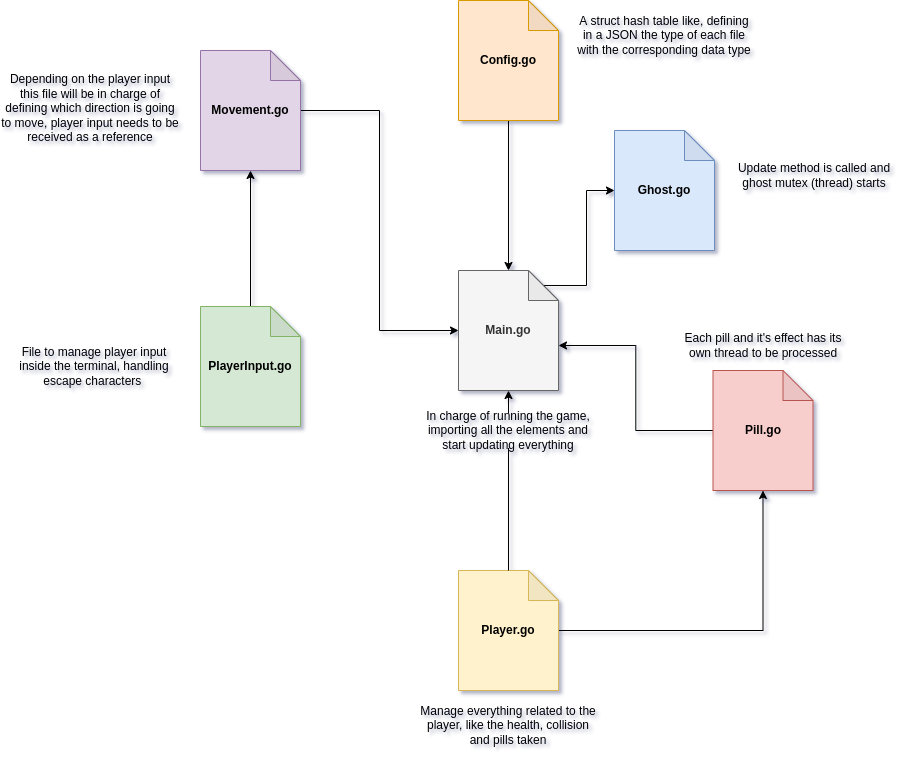
S4ND1X/PacmanGo keeps this draw.io diagram as images/architecture.png. Above is the earlier version. Source tidied: cells renumbered, new cells last; positions are measured from the earlier drawing's top-left corner, leaving out a move shared by most shapes. The source it was exported from:
```xml
<mxGraphModel>
  <root>
    <mxCell id="0" />
    <mxCell id="1" parent="0" />
    <mxCell id="2" style="edgeStyle=orthogonalEdgeStyle;rounded=0;jettySize=auto;html=1;exitX=0;exitY=0;exitDx=85;exitDy=15;exitPerimeter=0;entryX=0;entryY=0.5;entryDx=0;entryDy=0;entryPerimeter=0;" parent="1" edge="1" source="3" target="4">
      <mxGeometry relative="1" as="geometry" />
    </mxCell>
    <mxCell id="3" value="&lt;b&gt;Main.go&lt;/b&gt;" style="shape=note;whiteSpace=wrap;html=1;backgroundOutline=1;darkOpacity=0.05;fillColor=#f5f5f5;fontColor=#333333;strokeColor=#666666;" parent="1" vertex="1">
      <mxGeometry x="458" y="270" width="100" height="120" as="geometry" />
    </mxCell>
    <mxCell id="4" value="&lt;b&gt;Ghost.go&lt;/b&gt;" style="shape=note;whiteSpace=wrap;html=1;backgroundOutline=1;darkOpacity=0.05;fillColor=#dae8fc;strokeColor=#6c8ebf;" parent="1" vertex="1">
      <mxGeometry x="614" y="130" width="100" height="120" as="geometry" />
    </mxCell>
    <mxCell id="5" value="Update method is called and ghost mutex (thread) starts" style="text;html=1;strokeColor=none;fillColor=none;align=center;verticalAlign=middle;whiteSpace=wrap;rounded=0;" parent="1" vertex="1">
      <mxGeometry x="724" y="160" width="180" height="30" as="geometry" />
    </mxCell>
    <mxCell id="6" style="edgeStyle=orthogonalEdgeStyle;rounded=0;jettySize=auto;html=1;entryX=0;entryY=0;entryDx=100;entryDy=75;entryPerimeter=0;" parent="1" edge="1" source="7" target="3">
      <mxGeometry relative="1" as="geometry" />
    </mxCell>
    <mxCell id="7" value="&lt;b&gt;Pill.go&lt;/b&gt;" style="shape=note;whiteSpace=wrap;html=1;backgroundOutline=1;darkOpacity=0.05;fillColor=#f8cecc;strokeColor=#b85450;" parent="1" vertex="1">
      <mxGeometry x="712.5" y="370" width="100" height="120" as="geometry" />
    </mxCell>
    <mxCell id="8" value="Each pill and it's effect has its own thread to be processed" style="text;html=1;strokeColor=none;fillColor=none;align=center;verticalAlign=middle;whiteSpace=wrap;rounded=0;" parent="1" vertex="1">
      <mxGeometry x="672.5" y="330" width="180" height="30" as="geometry" />
    </mxCell>
    <mxCell id="9" style="edgeStyle=orthogonalEdgeStyle;rounded=0;jettySize=auto;html=1;entryX=0.5;entryY=1;entryDx=0;entryDy=0;entryPerimeter=0;" parent="1" edge="1" source="10" target="20">
      <mxGeometry relative="1" as="geometry" />
    </mxCell>
    <mxCell id="10" value="&lt;b&gt;PlayerInput.go&lt;/b&gt;" style="shape=note;whiteSpace=wrap;html=1;backgroundOutline=1;darkOpacity=0.05;fillColor=#d5e8d4;strokeColor=#82b366;" parent="1" vertex="1">
      <mxGeometry x="200" y="306" width="100" height="120" as="geometry" />
    </mxCell>
    <mxCell id="11" value="File to manage player input inside the terminal, handling escape characters&amp;nbsp;" style="text;html=1;strokeColor=none;fillColor=none;align=center;verticalAlign=middle;whiteSpace=wrap;rounded=0;" parent="1" vertex="1">
      <mxGeometry x="4" y="351" width="180" height="30" as="geometry" />
    </mxCell>
    <mxCell id="12" style="edgeStyle=orthogonalEdgeStyle;rounded=0;jettySize=auto;html=1;entryX=0.5;entryY=1;entryDx=0;entryDy=0;entryPerimeter=0;startArrow=none;" parent="1" edge="1" source="22" target="3">
      <mxGeometry relative="1" as="geometry" />
    </mxCell>
    <mxCell id="13" style="edgeStyle=orthogonalEdgeStyle;rounded=0;jettySize=auto;html=1;entryX=0.5;entryY=1;entryDx=0;entryDy=0;entryPerimeter=0;" parent="1" edge="1" source="14" target="7">
      <mxGeometry relative="1" as="geometry" />
    </mxCell>
    <mxCell id="14" value="&lt;b&gt;Player.go&lt;/b&gt;" style="shape=note;whiteSpace=wrap;html=1;backgroundOutline=1;darkOpacity=0.05;fillColor=#fff2cc;strokeColor=#d6b656;" parent="1" vertex="1">
      <mxGeometry x="458" y="570" width="100" height="120" as="geometry" />
    </mxCell>
    <mxCell id="15" value="Manage everything related to the player, like the health, collision and pills taken" style="text;html=1;strokeColor=none;fillColor=none;align=center;verticalAlign=middle;whiteSpace=wrap;rounded=0;" parent="1" vertex="1">
      <mxGeometry x="418" y="710" width="180" height="30" as="geometry" />
    </mxCell>
    <mxCell id="16" style="edgeStyle=orthogonalEdgeStyle;rounded=0;jettySize=auto;html=1;" parent="1" edge="1" source="17" target="3">
      <mxGeometry relative="1" as="geometry" />
    </mxCell>
    <mxCell id="17" value="&lt;b&gt;Config.go&lt;/b&gt;" style="shape=note;whiteSpace=wrap;html=1;backgroundOutline=1;darkOpacity=0.05;fillColor=#ffe6cc;strokeColor=#d79b00;" parent="1" vertex="1">
      <mxGeometry x="458" width="100" height="120" as="geometry" />
    </mxCell>
    <mxCell id="18" value="A struct hash table like, defining in a JSON the type of each file with the corresponding data type" style="text;html=1;strokeColor=none;fillColor=none;align=center;verticalAlign=middle;whiteSpace=wrap;rounded=0;" parent="1" vertex="1">
      <mxGeometry x="574" y="20" width="180" height="30" as="geometry" />
    </mxCell>
    <mxCell id="19" style="edgeStyle=orthogonalEdgeStyle;rounded=0;jettySize=auto;html=1;entryX=0;entryY=0.5;entryDx=0;entryDy=0;entryPerimeter=0;" parent="1" edge="1" source="20" target="3">
      <mxGeometry relative="1" as="geometry" />
    </mxCell>
    <mxCell id="20" value="&lt;b&gt;Movement.go&lt;/b&gt;" style="shape=note;whiteSpace=wrap;html=1;backgroundOutline=1;darkOpacity=0.05;fillColor=#e1d5e7;strokeColor=#9673a6;" parent="1" vertex="1">
      <mxGeometry x="200" y="50" width="100" height="120" as="geometry" />
    </mxCell>
    <mxCell id="21" value="Depending on the player input this file will be in charge of defining which direction is going to move, player input needs to be received as a reference&lt;br&gt;&amp;nbsp;" style="text;html=1;strokeColor=none;fillColor=none;align=center;verticalAlign=middle;whiteSpace=wrap;rounded=0;" parent="1" vertex="1">
      <mxGeometry y="100" width="180" height="30" as="geometry" />
    </mxCell>
    <mxCell id="22" value="In charge of running the game, importing all the elements and start updating everything" style="text;html=1;strokeColor=none;fillColor=none;align=center;verticalAlign=middle;whiteSpace=wrap;rounded=0;" parent="1" vertex="1">
      <mxGeometry x="418" y="412.5" width="180" height="35" as="geometry" />
    </mxCell>
    <mxCell id="23" style="edgeStyle=orthogonalEdgeStyle;rounded=0;jettySize=auto;html=1;entryX=0.5;entryY=1;entryDx=0;entryDy=0;entryPerimeter=0;endArrow=none;" parent="1" edge="1" source="14" target="22">
      <mxGeometry relative="1" as="geometry" />
    </mxCell>
  </root>
</mxGraphModel>
```
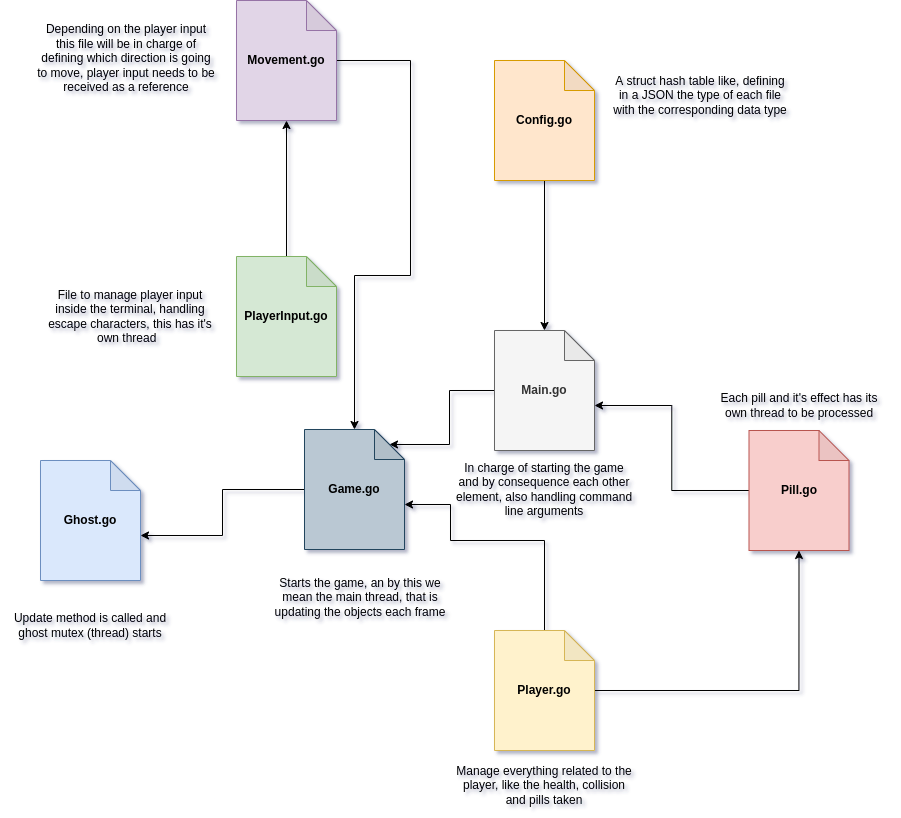
Later version of the same file.

Change to the diagram source:
```diff
@@ -2,17 +2,17 @@
   <root>
     <mxCell id="0" />
     <mxCell id="1" parent="0" />
-    <mxCell id="2" style="edgeStyle=orthogonalEdgeStyle;rounded=0;jettySize=auto;html=1;exitX=0;exitY=0;exitDx=85;exitDy=15;exitPerimeter=0;entryX=0;entryY=0.5;entryDx=0;entryDy=0;entryPerimeter=0;" parent="1" edge="1" source="3" target="4">
-      <mxGeometry relative="1" as="geometry" />
-    </mxCell>
+    <mxCell id="24" style="edgeStyle=orthogonalEdgeStyle;rounded=0;jettySize=auto;html=1;entryX=0;entryY=0;entryDx=85;entryDy=15;entryPerimeter=0;" parent="1" edge="1" source="3" target="27">
+      <mxGeometry relative="1" as="geometry" />
+    </mxCell>
     <mxCell id="3" value="&lt;b&gt;Main.go&lt;/b&gt;" style="shape=note;whiteSpace=wrap;html=1;backgroundOutline=1;darkOpacity=0.05;fillColor=#f5f5f5;fontColor=#333333;strokeColor=#666666;" parent="1" vertex="1">
       <mxGeometry x="458" y="270" width="100" height="120" as="geometry" />
     </mxCell>
     <mxCell id="4" value="&lt;b&gt;Ghost.go&lt;/b&gt;" style="shape=note;whiteSpace=wrap;html=1;backgroundOutline=1;darkOpacity=0.05;fillColor=#dae8fc;strokeColor=#6c8ebf;" parent="1" vertex="1">
-      <mxGeometry x="614" y="130" width="100" height="120" as="geometry" />
+      <mxGeometry x="4" y="400" width="100" height="120" as="geometry" />
     </mxCell>
     <mxCell id="5" value="Update method is called and ghost mutex (thread) starts" style="text;html=1;strokeColor=none;fillColor=none;align=center;verticalAlign=middle;whiteSpace=wrap;rounded=0;" parent="1" vertex="1">
-      <mxGeometry x="724" y="160" width="180" height="30" as="geometry" />
+      <mxGeometry x="-36" y="550" width="180" height="30" as="geometry" />
     </mxCell>
     <mxCell id="6" style="edgeStyle=orthogonalEdgeStyle;rounded=0;jettySize=auto;html=1;entryX=0;entryY=0;entryDx=100;entryDy=75;entryPerimeter=0;" parent="1" edge="1" source="7" target="3">
       <mxGeometry relative="1" as="geometry" />
@@ -27,17 +27,23 @@
       <mxGeometry relative="1" as="geometry" />
     </mxCell>
     <mxCell id="10" value="&lt;b&gt;PlayerInput.go&lt;/b&gt;" style="shape=note;whiteSpace=wrap;html=1;backgroundOutline=1;darkOpacity=0.05;fillColor=#d5e8d4;strokeColor=#82b366;" parent="1" vertex="1">
-      <mxGeometry x="200" y="306" width="100" height="120" as="geometry" />
+      <mxGeometry x="200" y="196" width="100" height="120" as="geometry" />
     </mxCell>
-    <mxCell id="11" value="File to manage player input inside the terminal, handling escape characters&amp;nbsp;" style="text;html=1;strokeColor=none;fillColor=none;align=center;verticalAlign=middle;whiteSpace=wrap;rounded=0;" parent="1" vertex="1">
-      <mxGeometry x="4" y="351" width="180" height="30" as="geometry" />
+    <mxCell id="11" value="File to manage player input inside the terminal, handling escape characters, this has it's own thread&amp;nbsp;&amp;nbsp;" style="text;html=1;strokeColor=none;fillColor=none;align=center;verticalAlign=middle;whiteSpace=wrap;rounded=0;" parent="1" vertex="1">
+      <mxGeometry x="4" y="241" width="180" height="30" as="geometry" />
     </mxCell>
-    <mxCell id="12" style="edgeStyle=orthogonalEdgeStyle;rounded=0;jettySize=auto;html=1;entryX=0.5;entryY=1;entryDx=0;entryDy=0;entryPerimeter=0;startArrow=none;" parent="1" edge="1" source="22" target="3">
-      <mxGeometry relative="1" as="geometry" />
-    </mxCell>
     <mxCell id="13" style="edgeStyle=orthogonalEdgeStyle;rounded=0;jettySize=auto;html=1;entryX=0.5;entryY=1;entryDx=0;entryDy=0;entryPerimeter=0;" parent="1" edge="1" source="14" target="7">
       <mxGeometry relative="1" as="geometry" />
     </mxCell>
+    <mxCell id="25" style="edgeStyle=orthogonalEdgeStyle;rounded=0;jettySize=auto;html=1;entryX=0;entryY=0;entryDx=100;entryDy=75;entryPerimeter=0;" parent="1" edge="1" source="14" target="27">
+      <mxGeometry relative="1" as="geometry">
+        <Array as="points">
+          <mxPoint x="508" y="480" />
+          <mxPoint x="414" y="480" />
+          <mxPoint x="414" y="444" />
+        </Array>
+      </mxGeometry>
+    </mxCell>
     <mxCell id="14" value="&lt;b&gt;Player.go&lt;/b&gt;" style="shape=note;whiteSpace=wrap;html=1;backgroundOutline=1;darkOpacity=0.05;fillColor=#fff2cc;strokeColor=#d6b656;" parent="1" vertex="1">
       <mxGeometry x="458" y="570" width="100" height="120" as="geometry" />
     </mxCell>
@@ -53,20 +59,32 @@
     <mxCell id="18" value="A struct hash table like, defining in a JSON the type of each file with the corresponding data type" style="text;html=1;strokeColor=none;fillColor=none;align=center;verticalAlign=middle;whiteSpace=wrap;rounded=0;" parent="1" vertex="1">
       <mxGeometry x="574" y="20" width="180" height="30" as="geometry" />
     </mxCell>
-    <mxCell id="19" style="edgeStyle=orthogonalEdgeStyle;rounded=0;jettySize=auto;html=1;entryX=0;entryY=0.5;entryDx=0;entryDy=0;entryPerimeter=0;" parent="1" edge="1" source="20" target="3">
-      <mxGeometry relative="1" as="geometry" />
+    <mxCell id="19" style="edgeStyle=orthogonalEdgeStyle;rounded=0;jettySize=auto;html=1;" parent="1" edge="1" source="20" target="27">
+      <mxGeometry relative="1" as="geometry">
+        <Array as="points">
+          <mxPoint x="374" />
+          <mxPoint x="374" y="215" />
+          <mxPoint x="318" y="215" />
+        </Array>
+      </mxGeometry>
     </mxCell>
     <mxCell id="20" value="&lt;b&gt;Movement.go&lt;/b&gt;" style="shape=note;whiteSpace=wrap;html=1;backgroundOutline=1;darkOpacity=0.05;fillColor=#e1d5e7;strokeColor=#9673a6;" parent="1" vertex="1">
-      <mxGeometry x="200" y="50" width="100" height="120" as="geometry" />
+      <mxGeometry x="200" y="-60" width="100" height="120" as="geometry" />
     </mxCell>
     <mxCell id="21" value="Depending on the player input this file will be in charge of defining which direction is going to move, player input needs to be received as a reference&lt;br&gt;&amp;nbsp;" style="text;html=1;strokeColor=none;fillColor=none;align=center;verticalAlign=middle;whiteSpace=wrap;rounded=0;" parent="1" vertex="1">
-      <mxGeometry y="100" width="180" height="30" as="geometry" />
+      <mxGeometry y="-10" width="180" height="30" as="geometry" />
     </mxCell>
-    <mxCell id="22" value="In charge of running the game, importing all the elements and start updating everything" style="text;html=1;strokeColor=none;fillColor=none;align=center;verticalAlign=middle;whiteSpace=wrap;rounded=0;" parent="1" vertex="1">
-      <mxGeometry x="418" y="412.5" width="180" height="35" as="geometry" />
-    </mxCell>
-    <mxCell id="23" style="edgeStyle=orthogonalEdgeStyle;rounded=0;jettySize=auto;html=1;entryX=0.5;entryY=1;entryDx=0;entryDy=0;entryPerimeter=0;endArrow=none;" parent="1" edge="1" source="14" target="22">
-      <mxGeometry relative="1" as="geometry" />
-    </mxCell>
+    <mxCell id="26" style="edgeStyle=orthogonalEdgeStyle;rounded=0;jettySize=auto;html=1;entryX=0;entryY=0;entryDx=100;entryDy=75;entryPerimeter=0;" parent="1" edge="1" source="27" target="4">
+      <mxGeometry relative="1" as="geometry" />
+    </mxCell>
+    <mxCell id="27" value="&lt;b&gt;Game.go&lt;/b&gt;" style="shape=note;whiteSpace=wrap;html=1;backgroundOutline=1;darkOpacity=0.05;fillColor=#bac8d3;strokeColor=#23445d;" parent="1" vertex="1">
+      <mxGeometry x="268" y="369" width="100" height="120" as="geometry" />
+    </mxCell>
+    <mxCell id="28" value="Starts the game, an by this we mean the main thread, that is updating the objects each frame" style="text;html=1;strokeColor=none;fillColor=none;align=center;verticalAlign=middle;whiteSpace=wrap;rounded=0;" parent="1" vertex="1">
+      <mxGeometry x="234" y="519" width="180" height="35" as="geometry" />
+    </mxCell>
+    <mxCell id="29" value="In charge of starting the game and by consequence each other element, also handling command line arguments" style="text;html=1;strokeColor=none;fillColor=none;align=center;verticalAlign=middle;whiteSpace=wrap;rounded=0;" parent="1" vertex="1">
+      <mxGeometry x="418" y="411.5" width="180" height="35" as="geometry" />
+    </mxCell>
   </root>
 </mxGraphModel>
```
